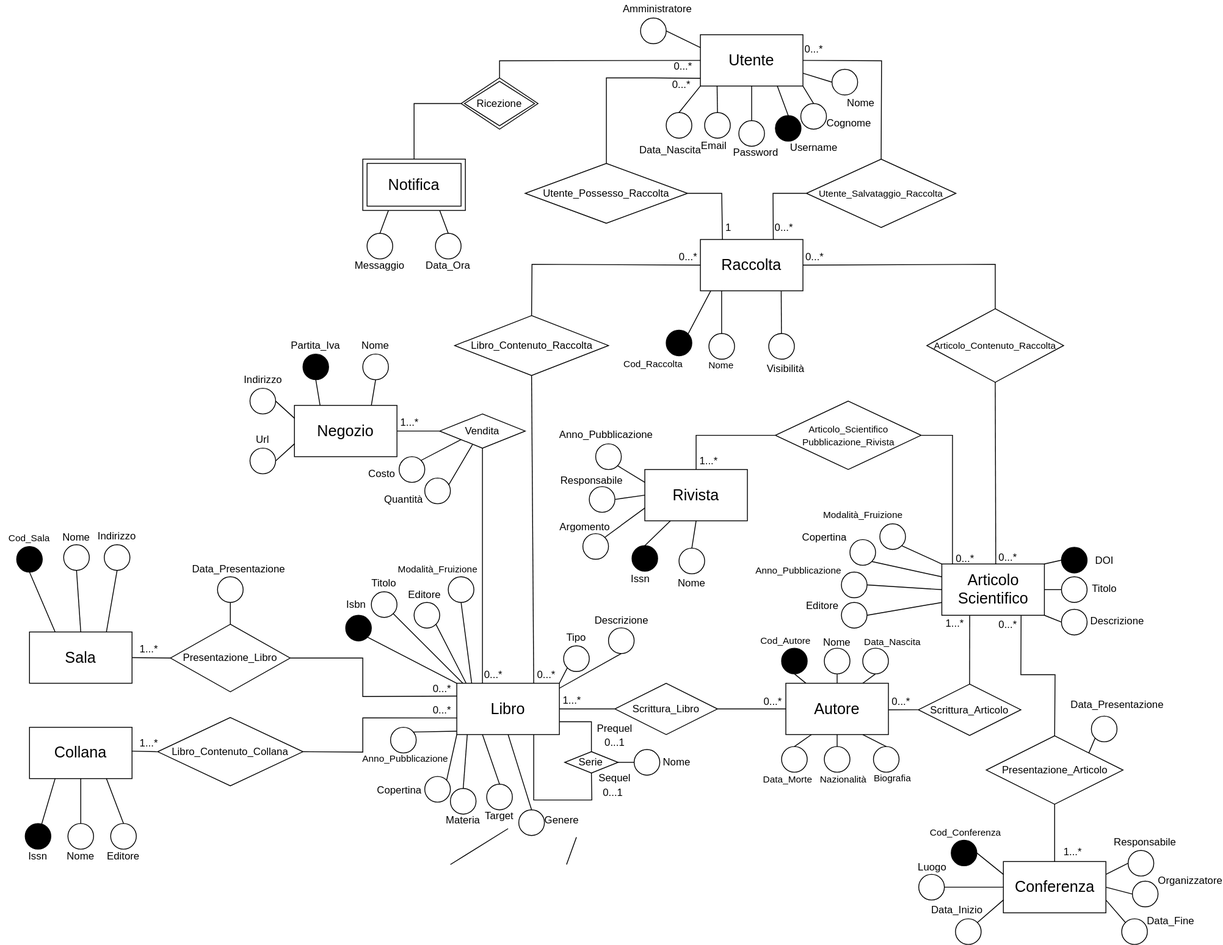
m3tt0/Progetto_OB_BASI keeps this draw.io diagram as progettazione_concettuale/Modello_Concettuale_Ristrutturato_ER.drawio.svg. Above is the earlier version. Source tidied: cells renumbered, new cells last; positions are measured from the earlier drawing's top-left corner, leaving out a move shared by most shapes.
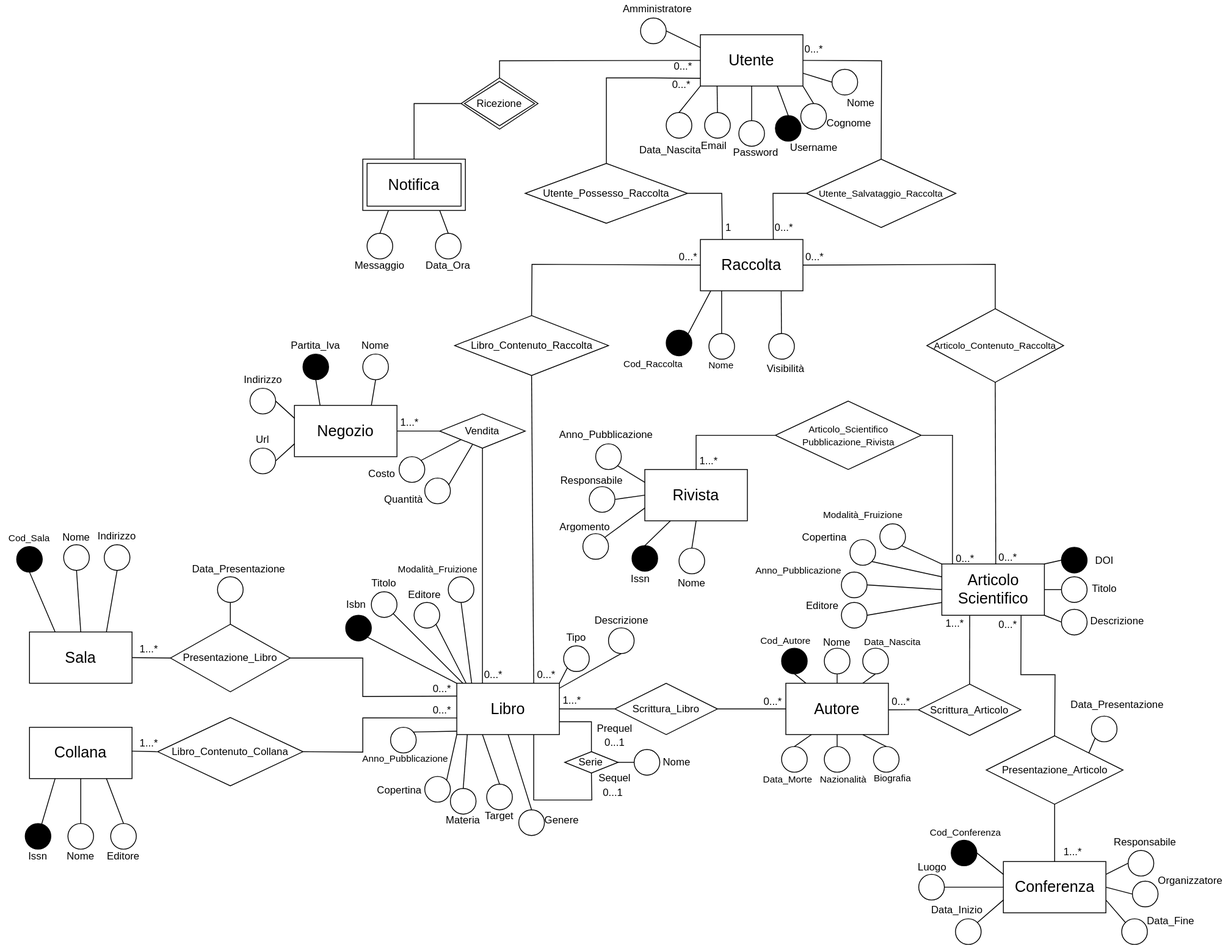
The same file after the commit.

The edit, as a diff of the source:
```diff
@@ -783,18 +783,6 @@
     <mxCell id="250" style="ellipse;whiteSpace=wrap;html=1;fillColor=#000000;" parent="1" vertex="1">
       <mxGeometry x="30" y="963.5" width="30" height="30" as="geometry" />
     </mxCell>
-    <mxCell id="251" style="endArrow=none;html=1;rounded=0;entryX=0;entryY=0.5;entryDx=0;entryDy=0;exitX=0.5;exitY=0;exitDx=0;exitDy=0;" parent="1" edge="1">
-      <mxGeometry relative="1" as="geometry">
-        <mxPoint x="527.5" y="1011.5" as="sourcePoint" />
-        <mxPoint x="595" y="969.5" as="targetPoint" />
-      </mxGeometry>
-    </mxCell>
-    <mxCell id="252" style="endArrow=none;html=1;rounded=0;entryX=1;entryY=0.5;entryDx=0;entryDy=0;exitX=0.5;exitY=0;exitDx=0;exitDy=0;" parent="1" edge="1">
-      <mxGeometry relative="1" as="geometry">
-        <mxPoint x="663.4" y="1011.5" as="sourcePoint" />
-        <mxPoint x="675" y="979.5" as="targetPoint" />
-      </mxGeometry>
-    </mxCell>
     <mxCell id="253" style="endArrow=none;html=1;rounded=0;entryX=0.773;entryY=1.001;entryDx=0;entryDy=0;exitX=0.5;exitY=0;exitDx=0;exitDy=0;entryPerimeter=0;" parent="1" edge="1" source="177" target="151">
       <mxGeometry relative="1" as="geometry">
         <Array as="points">
```
